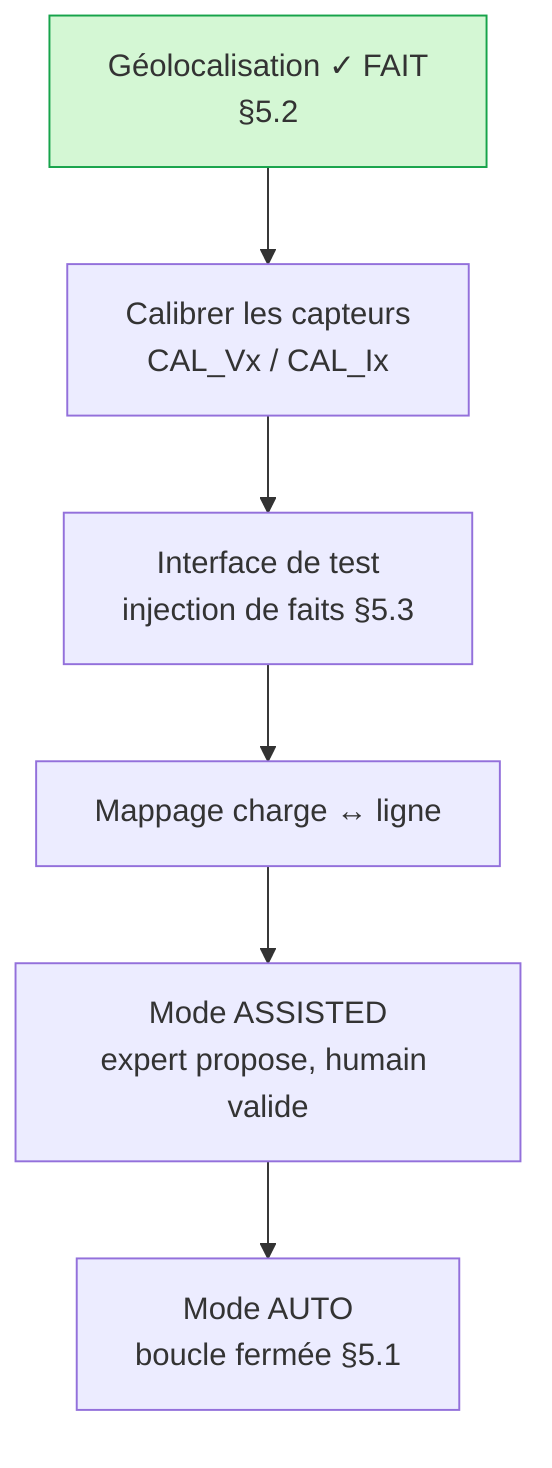
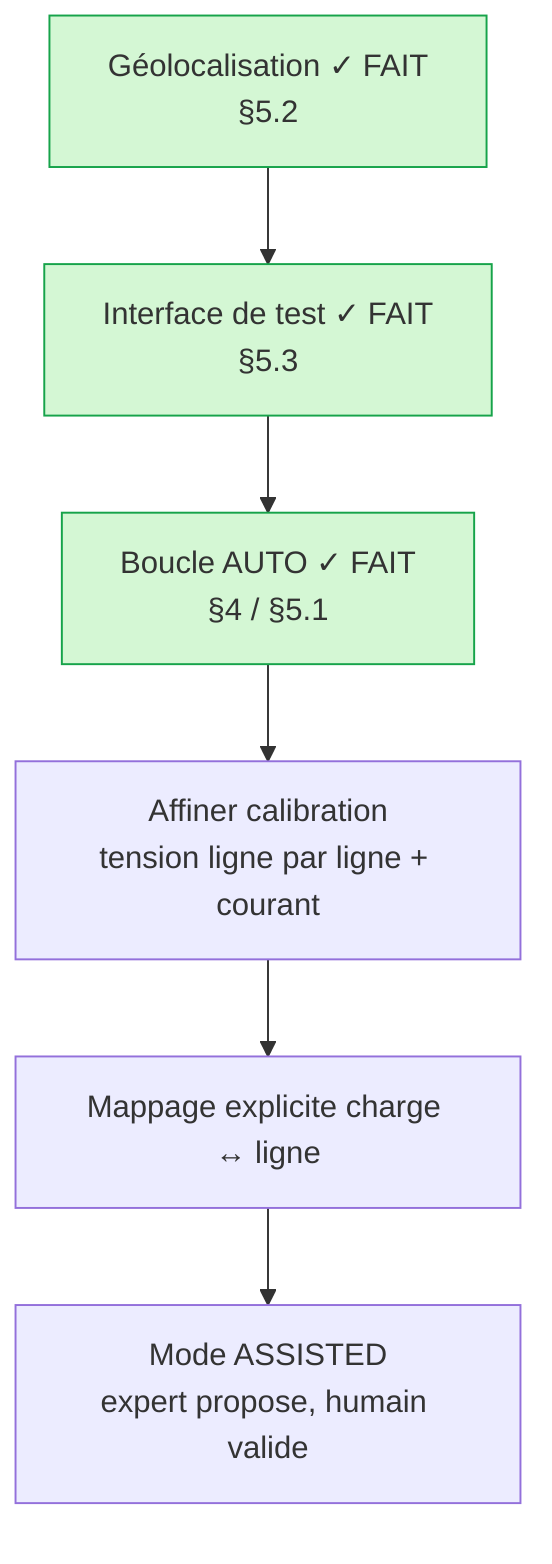
flowchart TD
-     G[Géolocalisation ✓ FAIT<br/>§5.2] --> C1[Calibrer les capteurs<br/>CAL_Vx / CAL_Ix]
-     C1 --> C2[Interface de test<br/>injection de faits §5.3]
-     C2 --> C4[Mappage charge ↔ ligne]
+     G[Géolocalisation ✓ FAIT<br/>§5.2] --> T[Interface de test ✓ FAIT<br/>§5.3]
+     T --> B[Boucle AUTO ✓ FAIT<br/>§4 / §5.1]
+     B --> C1[Affiner calibration<br/>tension ligne par ligne + courant]
+     C1 --> C4[Mappage explicite charge ↔ ligne]
    C4 --> C5[Mode ASSISTED<br/>expert propose, humain valide]
-     C5 --> C6[Mode AUTO<br/>boucle fermée §5.1]
-     style G fill:#d4f7d4,stroke:#16A34A+     style G fill:#d4f7d4,stroke:#16A34A
+     style T fill:#d4f7d4,stroke:#16A34A
+     style B fill:#d4f7d4,stroke:#16A34A